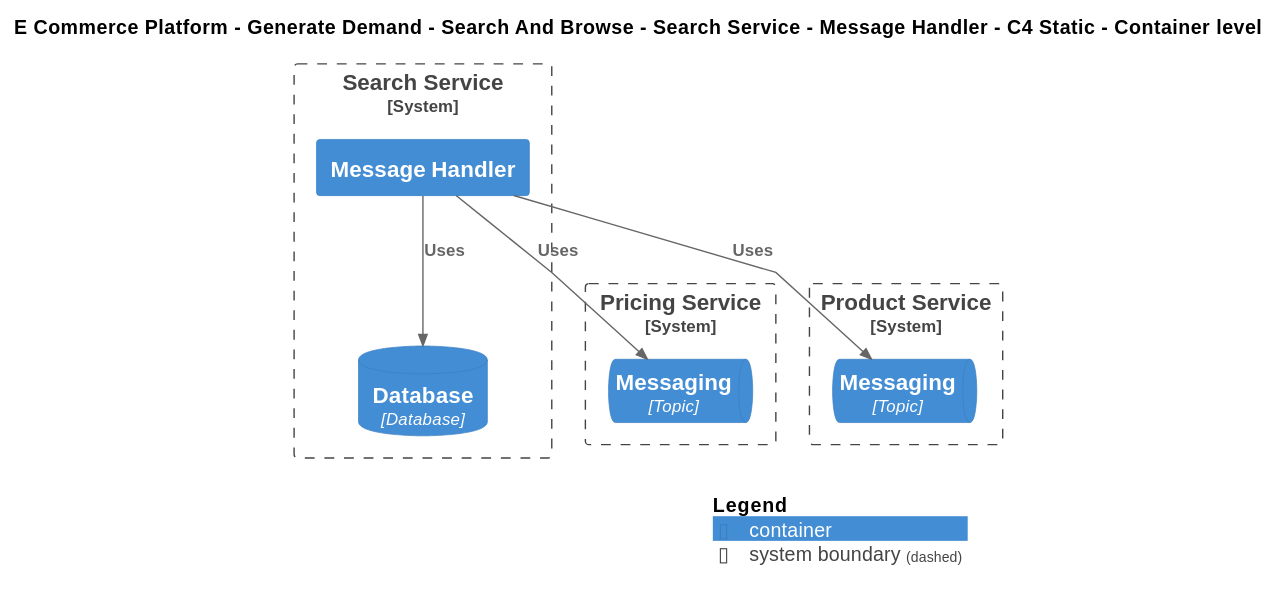
This is Samples/E-Commerce Platform/Yaml/Diagrams/E Commerce Platform/Generate Demand/Search And Browse/Software Systems/Search Service/Containers/Message Handler/Container - C4 Static.svg from mnadenysenko/C4InterFlow, a PlantUML export, as it was before one commit.
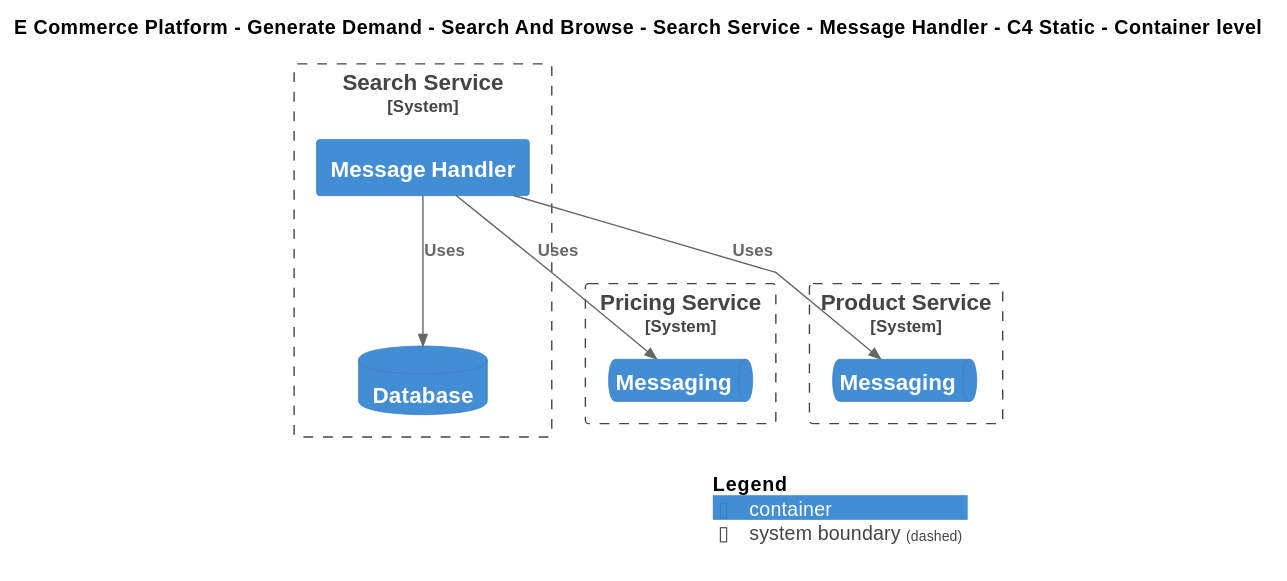
After the change.

Change to the diagram source:
```diff
@@ -19,15 +19,15 @@
 
 System_Boundary(ECommercePlatform.GenerateDemand.SearchAndBrowse.SoftwareSystems.SearchService, "Search Service") {
     Container(ECommercePlatform.GenerateDemand.SearchAndBrowse.SoftwareSystems.SearchService.Containers.MessageHandler, "Message Handler", "", "")
-    ContainerDb(ECommercePlatform.GenerateDemand.SearchAndBrowse.SoftwareSystems.SearchService.Containers.Database, "Database", "Database", "")
+    ContainerDb(ECommercePlatform.GenerateDemand.SearchAndBrowse.SoftwareSystems.SearchService.Containers.Database, "Database", "", "")
 }
 
 System_Boundary(ECommercePlatform.CreateProduct.PriceManagement.SoftwareSystems.PricingService, "Pricing Service") {
-    ContainerQueue(ECommercePlatform.CreateProduct.PriceManagement.SoftwareSystems.PricingService.Containers.Messaging, "Messaging", "Topic", "")
+    ContainerQueue(ECommercePlatform.CreateProduct.PriceManagement.SoftwareSystems.PricingService.Containers.Messaging, "Messaging", "", "")
 }
 
 System_Boundary(ECommercePlatform.CreateProduct.ProductInformationManagement.SoftwareSystems.ProductService, "Product Service") {
-    ContainerQueue(ECommercePlatform.CreateProduct.ProductInformationManagement.SoftwareSystems.ProductService.Containers.Messaging, "Messaging", "Topic", "")
+    ContainerQueue(ECommercePlatform.CreateProduct.ProductInformationManagement.SoftwareSystems.ProductService.Containers.Messaging, "Messaging", "", "")
 }
 
 Rel(ECommercePlatform.GenerateDemand.SearchAndBrowse.SoftwareSystems.SearchService.Containers.MessageHandler, ECommercePlatform.CreateProduct.PriceManagement.SoftwareSystems.PricingService.Containers.Messaging, "Uses")
```
